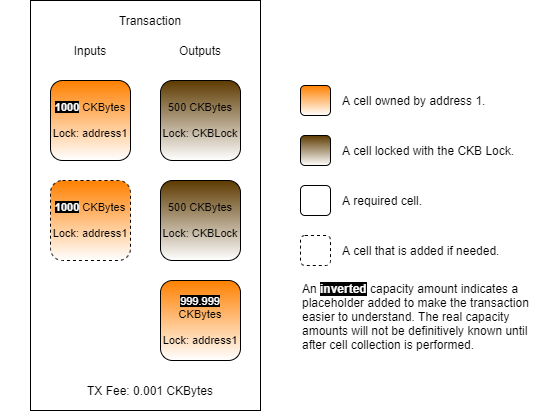
Before: .gitbook/assets/create-transaction-structure (1).png, a diagram exported from draw.io (jordanmack/developer-training-course-documentation). Source tidied: cells renumbered, new cells last; positions are measured from the earlier drawing's top-left corner, leaving out a move shared by most shapes. Source of this version:
```xml
<mxGraphModel>
  <root>
    <mxCell id="0" />
    <mxCell id="1" parent="0" />
    <mxCell id="2" style="rounded=0;whiteSpace=wrap;html=1;" parent="1" vertex="1">
      <mxGeometry x="30" width="230" height="410" as="geometry" />
    </mxCell>
    <mxCell id="3" value="Transaction" style="text;html=1;strokeColor=none;fillColor=none;align=center;verticalAlign=middle;whiteSpace=wrap;rounded=0;" parent="1" vertex="1">
      <mxGeometry y="10" width="300" height="20" as="geometry" />
    </mxCell>
    <mxCell id="4" value="Inputs" style="text;html=1;strokeColor=none;fillColor=none;align=center;verticalAlign=middle;whiteSpace=wrap;rounded=0;" parent="1" vertex="1">
      <mxGeometry x="55" y="40" width="70" height="20" as="geometry" />
    </mxCell>
    <mxCell id="5" value="Outputs" style="text;html=1;strokeColor=none;fillColor=none;align=center;verticalAlign=middle;whiteSpace=wrap;rounded=0;" parent="1" vertex="1">
      <mxGeometry x="165" y="40" width="70" height="20" as="geometry" />
    </mxCell>
    <mxCell id="6" value="TX Fee: 0.001 CKBytes" style="text;html=1;strokeColor=none;fillColor=none;align=center;verticalAlign=middle;whiteSpace=wrap;rounded=0;" parent="1" vertex="1">
      <mxGeometry x="50" y="380" width="200" height="20" as="geometry" />
    </mxCell>
    <mxCell id="7" value="500 CKBytes&lt;br&gt;&lt;br&gt;Lock: CKBLock" style="rounded=1;whiteSpace=wrap;html=1;fontSize=11;gradientColor=#ffffff;fillColor=#5D3A00;" parent="1" vertex="1">
      <mxGeometry x="160" y="80" width="80" height="80" as="geometry" />
    </mxCell>
    <mxCell id="8" value="&lt;b&gt;&lt;font style=&quot;background-color: rgb(0 , 0 , 0)&quot; color=&quot;#ffffff&quot;&gt;1000&lt;/font&gt;&lt;/b&gt;&amp;nbsp;CKBytes&lt;br&gt;&lt;br&gt;Lock: address1" style="rounded=1;whiteSpace=wrap;html=1;fontSize=11;gradientColor=#ffffff;fillColor=#FF8000;" parent="1" vertex="1">
      <mxGeometry x="50" y="80" width="80" height="80" as="geometry" />
    </mxCell>
    <mxCell id="9" value="500 CKBytes&lt;br&gt;&lt;br&gt;Lock: CKBLock" style="rounded=1;whiteSpace=wrap;html=1;fontSize=11;gradientColor=#ffffff;fillColor=#5D3A00;" parent="1" vertex="1">
      <mxGeometry x="160" y="180" width="80" height="80" as="geometry" />
    </mxCell>
    <mxCell id="10" value="&lt;font color=&quot;#ffffff&quot; style=&quot;background-color: rgb(0 , 0 , 0)&quot;&gt;999.999&lt;/font&gt; CKBytes&lt;br&gt;&lt;br&gt;Lock: address1" style="rounded=1;whiteSpace=wrap;html=1;fontSize=11;gradientColor=#ffffff;fillColor=#FF8000;" parent="1" vertex="1">
      <mxGeometry x="160" y="280" width="80" height="80" as="geometry" />
    </mxCell>
    <mxCell id="11" style="rounded=1;whiteSpace=wrap;html=1;gradientColor=#ffffff;fillColor=#5D3A00;" parent="1" vertex="1">
      <mxGeometry x="300" y="135" width="30" height="30" as="geometry" />
    </mxCell>
    <mxCell id="12" style="rounded=1;whiteSpace=wrap;html=1;gradientColor=#ffffff;fillColor=#FF8000;" parent="1" vertex="1">
      <mxGeometry x="300" y="85" width="30" height="30" as="geometry" />
    </mxCell>
    <mxCell id="13" style="rounded=1;whiteSpace=wrap;html=1;gradientColor=#ffffff;fillColor=none;" parent="1" vertex="1">
      <mxGeometry x="300" y="185" width="30" height="30" as="geometry" />
    </mxCell>
    <mxCell id="14" style="rounded=1;whiteSpace=wrap;html=1;gradientColor=#ffffff;fillColor=none;dashed=1;" parent="1" vertex="1">
      <mxGeometry x="300" y="235" width="30" height="30" as="geometry" />
    </mxCell>
    <mxCell id="15" value="A cell owned by address 1." style="text;html=1;strokeColor=none;fillColor=none;align=left;verticalAlign=middle;whiteSpace=wrap;rounded=0;dashed=1;" parent="1" vertex="1">
      <mxGeometry x="340" y="90" width="200" height="20" as="geometry" />
    </mxCell>
    <mxCell id="16" value="A cell locked with the CKB Lock." style="text;html=1;strokeColor=none;fillColor=none;align=left;verticalAlign=middle;whiteSpace=wrap;rounded=0;dashed=1;" parent="1" vertex="1">
      <mxGeometry x="340" y="140" width="200" height="20" as="geometry" />
    </mxCell>
    <mxCell id="17" value="A required cell." style="text;html=1;strokeColor=none;fillColor=none;align=left;verticalAlign=middle;whiteSpace=wrap;rounded=0;dashed=1;" parent="1" vertex="1">
      <mxGeometry x="340" y="190" width="200" height="20" as="geometry" />
    </mxCell>
    <mxCell id="18" value="A cell that is added if needed." style="text;html=1;strokeColor=none;fillColor=none;align=left;verticalAlign=middle;whiteSpace=wrap;rounded=0;dashed=1;" parent="1" vertex="1">
      <mxGeometry x="340" y="240" width="200" height="20" as="geometry" />
    </mxCell>
    <mxCell id="19" value="An&amp;nbsp;&lt;b&gt;&lt;font color=&quot;#ffffff&quot; style=&quot;background-color: rgb(0 , 0 , 0)&quot;&gt;inverted&lt;/font&gt;&lt;font color=&quot;#7f00ff&quot;&gt;&amp;nbsp;&lt;/font&gt;&lt;/b&gt;capacity amount indicates a placeholder added to make the transaction easier to understand. The real capacity amounts will not be definitively known until after cell collection is performed." style="text;html=1;strokeColor=none;fillColor=none;align=left;verticalAlign=top;whiteSpace=wrap;rounded=0;dashed=1;" parent="1" vertex="1">
      <mxGeometry x="300" y="275" width="240" height="80" as="geometry" />
    </mxCell>
    <mxCell id="20" value="&lt;b&gt;&lt;font style=&quot;background-color: rgb(0 , 0 , 0)&quot; color=&quot;#ffffff&quot;&gt;1000&lt;/font&gt;&lt;/b&gt;&amp;nbsp;CKBytes&lt;br&gt;&lt;br&gt;Lock: address1" style="rounded=1;whiteSpace=wrap;html=1;fontSize=11;gradientColor=#ffffff;fillColor=#FF8000;dashed=1;" parent="1" vertex="1">
      <mxGeometry x="50" y="180" width="80" height="80" as="geometry" />
    </mxCell>
  </root>
</mxGraphModel>
```
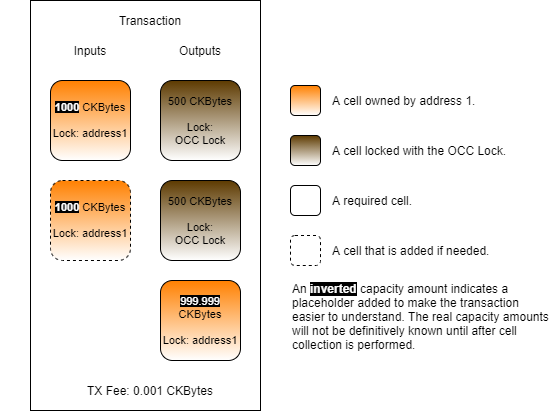
The same diagram one commit later.

What changed in the source:
```diff
@@ -17,44 +17,44 @@
     <mxCell id="6" value="TX Fee: 0.001 CKBytes" style="text;html=1;strokeColor=none;fillColor=none;align=center;verticalAlign=middle;whiteSpace=wrap;rounded=0;" parent="1" vertex="1">
       <mxGeometry x="50" y="380" width="200" height="20" as="geometry" />
     </mxCell>
-    <mxCell id="7" value="500 CKBytes&lt;br&gt;&lt;br&gt;Lock: CKBLock" style="rounded=1;whiteSpace=wrap;html=1;fontSize=11;gradientColor=#ffffff;fillColor=#5D3A00;" parent="1" vertex="1">
+    <mxCell id="7" value="500 CKBytes&lt;br&gt;&lt;br&gt;Lock:&lt;br&gt;OCC Lock" style="rounded=1;whiteSpace=wrap;html=1;fontSize=11;gradientColor=#ffffff;fillColor=#5D3A00;" parent="1" vertex="1">
       <mxGeometry x="160" y="80" width="80" height="80" as="geometry" />
     </mxCell>
     <mxCell id="8" value="&lt;b&gt;&lt;font style=&quot;background-color: rgb(0 , 0 , 0)&quot; color=&quot;#ffffff&quot;&gt;1000&lt;/font&gt;&lt;/b&gt;&amp;nbsp;CKBytes&lt;br&gt;&lt;br&gt;Lock: address1" style="rounded=1;whiteSpace=wrap;html=1;fontSize=11;gradientColor=#ffffff;fillColor=#FF8000;" parent="1" vertex="1">
       <mxGeometry x="50" y="80" width="80" height="80" as="geometry" />
     </mxCell>
-    <mxCell id="9" value="500 CKBytes&lt;br&gt;&lt;br&gt;Lock: CKBLock" style="rounded=1;whiteSpace=wrap;html=1;fontSize=11;gradientColor=#ffffff;fillColor=#5D3A00;" parent="1" vertex="1">
+    <mxCell id="9" value="500 CKBytes&lt;br&gt;&lt;br&gt;Lock:&lt;br&gt;OCC Lock" style="rounded=1;whiteSpace=wrap;html=1;fontSize=11;gradientColor=#ffffff;fillColor=#5D3A00;" parent="1" vertex="1">
       <mxGeometry x="160" y="180" width="80" height="80" as="geometry" />
     </mxCell>
     <mxCell id="10" value="&lt;font color=&quot;#ffffff&quot; style=&quot;background-color: rgb(0 , 0 , 0)&quot;&gt;999.999&lt;/font&gt; CKBytes&lt;br&gt;&lt;br&gt;Lock: address1" style="rounded=1;whiteSpace=wrap;html=1;fontSize=11;gradientColor=#ffffff;fillColor=#FF8000;" parent="1" vertex="1">
       <mxGeometry x="160" y="280" width="80" height="80" as="geometry" />
     </mxCell>
     <mxCell id="11" style="rounded=1;whiteSpace=wrap;html=1;gradientColor=#ffffff;fillColor=#5D3A00;" parent="1" vertex="1">
-      <mxGeometry x="300" y="135" width="30" height="30" as="geometry" />
+      <mxGeometry x="290" y="135" width="30" height="30" as="geometry" />
     </mxCell>
     <mxCell id="12" style="rounded=1;whiteSpace=wrap;html=1;gradientColor=#ffffff;fillColor=#FF8000;" parent="1" vertex="1">
-      <mxGeometry x="300" y="85" width="30" height="30" as="geometry" />
+      <mxGeometry x="290" y="85" width="30" height="30" as="geometry" />
     </mxCell>
     <mxCell id="13" style="rounded=1;whiteSpace=wrap;html=1;gradientColor=#ffffff;fillColor=none;" parent="1" vertex="1">
-      <mxGeometry x="300" y="185" width="30" height="30" as="geometry" />
+      <mxGeometry x="290" y="185" width="30" height="30" as="geometry" />
     </mxCell>
     <mxCell id="14" style="rounded=1;whiteSpace=wrap;html=1;gradientColor=#ffffff;fillColor=none;dashed=1;" parent="1" vertex="1">
-      <mxGeometry x="300" y="235" width="30" height="30" as="geometry" />
+      <mxGeometry x="290" y="235" width="30" height="30" as="geometry" />
     </mxCell>
     <mxCell id="15" value="A cell owned by address 1." style="text;html=1;strokeColor=none;fillColor=none;align=left;verticalAlign=middle;whiteSpace=wrap;rounded=0;dashed=1;" parent="1" vertex="1">
-      <mxGeometry x="340" y="90" width="200" height="20" as="geometry" />
+      <mxGeometry x="330" y="90" width="220" height="20" as="geometry" />
     </mxCell>
-    <mxCell id="16" value="A cell locked with the CKB Lock." style="text;html=1;strokeColor=none;fillColor=none;align=left;verticalAlign=middle;whiteSpace=wrap;rounded=0;dashed=1;" parent="1" vertex="1">
-      <mxGeometry x="340" y="140" width="200" height="20" as="geometry" />
+    <mxCell id="16" value="A cell locked with the OCC Lock." style="text;html=1;strokeColor=none;fillColor=none;align=left;verticalAlign=middle;whiteSpace=wrap;rounded=0;dashed=1;" parent="1" vertex="1">
+      <mxGeometry x="330" y="140" width="220" height="20" as="geometry" />
     </mxCell>
     <mxCell id="17" value="A required cell." style="text;html=1;strokeColor=none;fillColor=none;align=left;verticalAlign=middle;whiteSpace=wrap;rounded=0;dashed=1;" parent="1" vertex="1">
-      <mxGeometry x="340" y="190" width="200" height="20" as="geometry" />
+      <mxGeometry x="330" y="190" width="220" height="20" as="geometry" />
     </mxCell>
     <mxCell id="18" value="A cell that is added if needed." style="text;html=1;strokeColor=none;fillColor=none;align=left;verticalAlign=middle;whiteSpace=wrap;rounded=0;dashed=1;" parent="1" vertex="1">
-      <mxGeometry x="340" y="240" width="200" height="20" as="geometry" />
+      <mxGeometry x="330" y="240" width="220" height="20" as="geometry" />
     </mxCell>
     <mxCell id="19" value="An&amp;nbsp;&lt;b&gt;&lt;font color=&quot;#ffffff&quot; style=&quot;background-color: rgb(0 , 0 , 0)&quot;&gt;inverted&lt;/font&gt;&lt;font color=&quot;#7f00ff&quot;&gt;&amp;nbsp;&lt;/font&gt;&lt;/b&gt;capacity amount indicates a placeholder added to make the transaction easier to understand. The real capacity amounts will not be definitively known until after cell collection is performed." style="text;html=1;strokeColor=none;fillColor=none;align=left;verticalAlign=top;whiteSpace=wrap;rounded=0;dashed=1;" parent="1" vertex="1">
-      <mxGeometry x="300" y="275" width="240" height="80" as="geometry" />
+      <mxGeometry x="290" y="275" width="260" height="80" as="geometry" />
     </mxCell>
     <mxCell id="20" value="&lt;b&gt;&lt;font style=&quot;background-color: rgb(0 , 0 , 0)&quot; color=&quot;#ffffff&quot;&gt;1000&lt;/font&gt;&lt;/b&gt;&amp;nbsp;CKBytes&lt;br&gt;&lt;br&gt;Lock: address1" style="rounded=1;whiteSpace=wrap;html=1;fontSize=11;gradientColor=#ffffff;fillColor=#FF8000;dashed=1;" parent="1" vertex="1">
       <mxGeometry x="50" y="180" width="80" height="80" as="geometry" />
```
